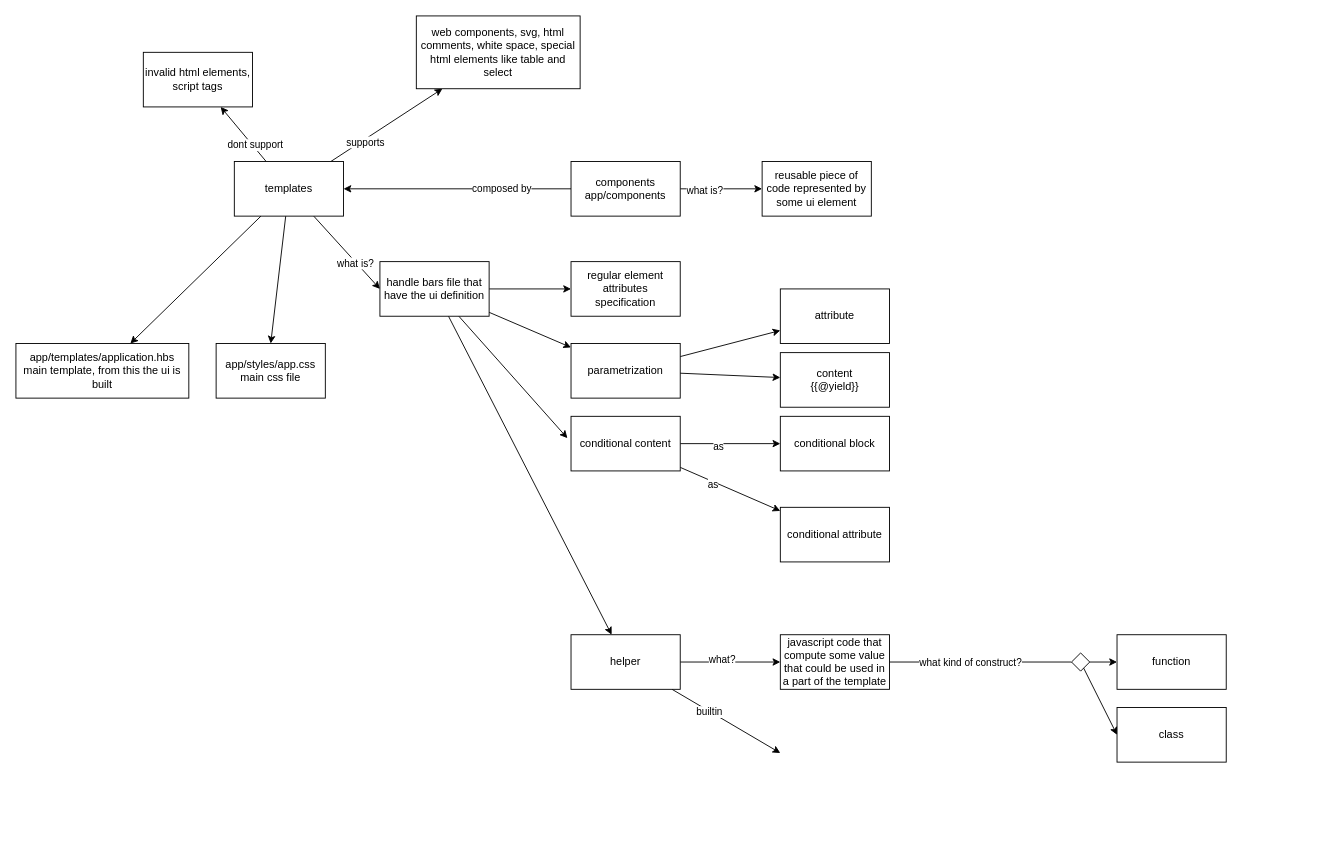
This is emberjs.drawio from voodoomsr/drawio, a draw.io file, before an edit. Source tidied: cells renumbered, new cells numbered last; positions are measured from the earlier drawing's top-left corner, leaving out a move shared by most shapes. Both pictures are drawn from the tidied source at 91%, with x=0, y=0 at pixel (15, 15).
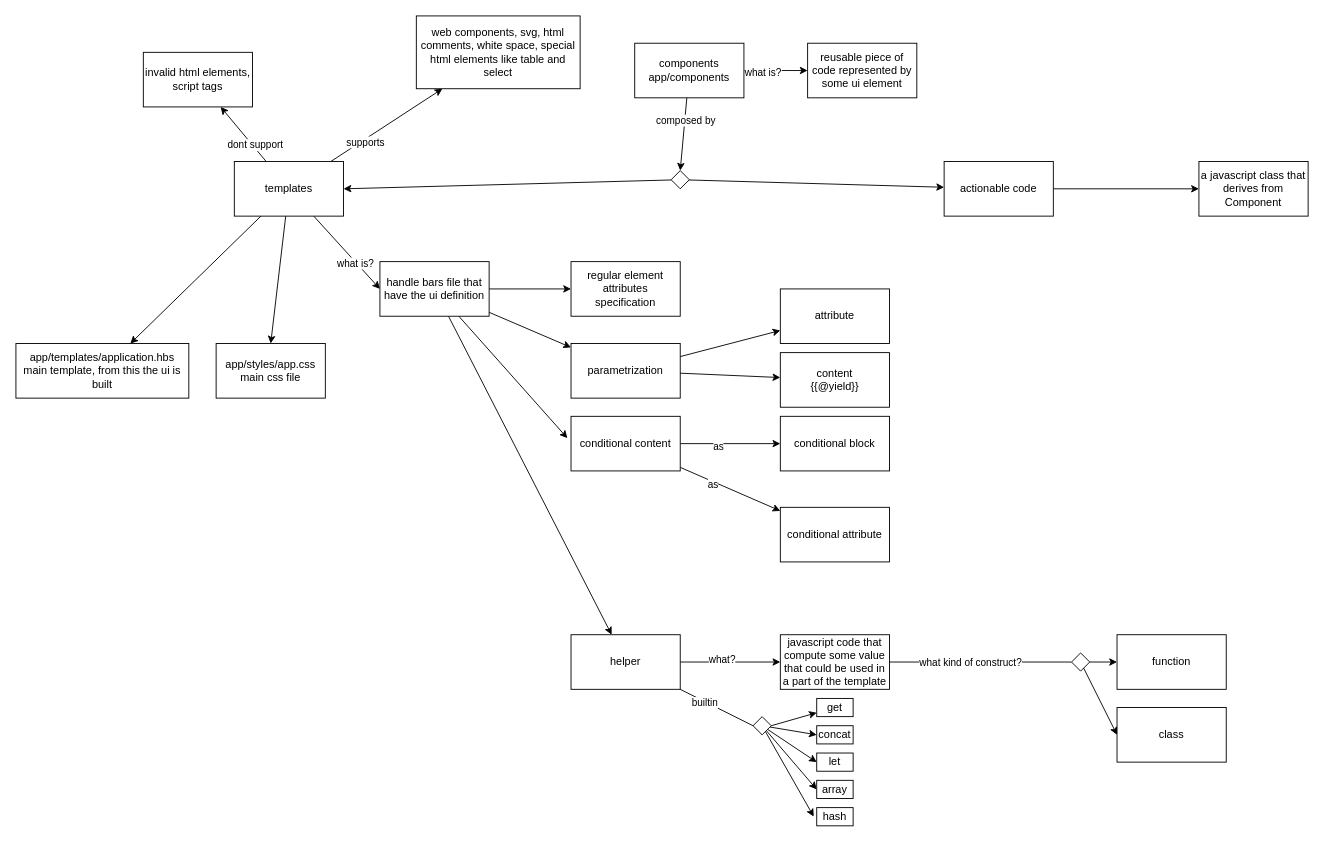
After the change.

Unchanged cells that the change refers to:
```xml
<mxCell id="9" value="templates" style="rounded=0;whiteSpace=wrap;html=1;" parent="1" vertex="1">
  <mxGeometry x="240" y="160" width="120" height="60" as="geometry" />
</mxCell>
<mxCell id="44" value="helper" style="rounded=0;whiteSpace=wrap;html=1;" parent="1" vertex="1">
  <mxGeometry x="610" y="680" width="120" height="60" as="geometry" />
</mxCell>
```

Change to the diagram source:
```diff
@@
-    <mxCell id="22" style="edgeStyle=none;rounded=0;jettySize=auto;html=1;entryX=1;entryY=0.5;entryDx=0;entryDy=0;" parent="1" edge="1" source="24" target="9">
+    <mxCell id="22" style="edgeStyle=none;rounded=0;jettySize=auto;html=1;entryX=0.5;entryY=0;entryDx=0;entryDy=0;" parent="1" edge="1" source="24" target="67">
       <mxGeometry relative="1" as="geometry" />
     </mxCell>
@@
     <mxCell id="24" value="components&lt;br&gt;app/components" style="rounded=0;whiteSpace=wrap;html=1;" parent="1" vertex="1">
-      <mxGeometry x="610" y="160" width="120" height="60" as="geometry" />
+      <mxGeometry x="680" y="30" width="120" height="60" as="geometry" />
     </mxCell>
     <mxCell id="25" value="reusable piece of code represented by some ui element" style="rounded=0;whiteSpace=wrap;html=1;" parent="1" vertex="1">
-      <mxGeometry x="820" y="160" width="120" height="60" as="geometry" />
+      <mxGeometry x="870" y="30" width="120" height="60" as="geometry" />
     </mxCell>
@@
-    <mxCell id="42" style="edgeStyle=none;rounded=0;jettySize=auto;html=1;" parent="1" edge="1" source="44">
-      <mxGeometry relative="1" as="geometry">
-        <mxPoint x="840" y="810" as="targetPoint" />
-      </mxGeometry>
-    </mxCell>
-    <mxCell id="43" value="builtin" style="edgeLabel;html=1;align=center;verticalAlign=middle;" parent="42" vertex="1">
-      <mxGeometry x="-0.32" y="-1" relative="1" as="geometry" />
-    </mxCell>
@@
+    <mxCell id="53" style="edgeStyle=none;rounded=0;jettySize=auto;html=1;exitX=1;exitY=0.5;exitDx=0;exitDy=0;endArrow=classic;endFill=1;" parent="1" edge="1" source="58" target="60">
+      <mxGeometry relative="1" as="geometry" />
+    </mxCell>
+    <mxCell id="54" style="edgeStyle=none;rounded=0;jettySize=auto;html=1;entryX=0;entryY=0.5;entryDx=0;entryDy=0;endArrow=classic;endFill=1;" parent="1" edge="1" source="58" target="62">
+      <mxGeometry relative="1" as="geometry" />
+    </mxCell>
+    <mxCell id="55" style="edgeStyle=none;rounded=0;jettySize=auto;html=1;entryX=0;entryY=0.5;entryDx=0;entryDy=0;endArrow=classic;endFill=1;" parent="1" edge="1" source="58" target="61">
+      <mxGeometry relative="1" as="geometry" />
+    </mxCell>
+    <mxCell id="56" style="edgeStyle=none;rounded=0;jettySize=auto;html=1;entryX=0;entryY=0.5;entryDx=0;entryDy=0;endArrow=classic;endFill=1;" parent="1" edge="1" source="58" target="63">
+      <mxGeometry relative="1" as="geometry" />
+    </mxCell>
+    <mxCell id="57" style="edgeStyle=none;rounded=0;jettySize=auto;html=1;entryX=-0.082;entryY=0.493;entryDx=0;entryDy=0;entryPerimeter=0;endArrow=classic;endFill=1;" parent="1" edge="1" source="58" target="64">
+      <mxGeometry relative="1" as="geometry" />
+    </mxCell>
+    <mxCell id="58" style="rhombus;whiteSpace=wrap;html=1;" parent="1" vertex="1">
+      <mxGeometry x="810" y="770" width="20" height="20" as="geometry" />
+    </mxCell>
+    <mxCell id="59" style="edgeStyle=none;rounded=0;jettySize=auto;html=1;endArrow=none;endFill=0;entryX=0;entryY=0.5;entryDx=0;entryDy=0;" parent="1" edge="1" source="44" target="58">
+      <mxGeometry relative="1" as="geometry" />
+    </mxCell>
+    <mxCell id="43" value="builtin" style="edgeLabel;html=1;align=center;verticalAlign=middle;" parent="59" vertex="1">
+      <mxGeometry x="-0.32" y="-1" relative="1" as="geometry" />
+    </mxCell>
+    <mxCell id="60" value="get" style="rounded=0;whiteSpace=wrap;html=1;" parent="1" vertex="1">
+      <mxGeometry x="880" y="750" width="40" height="20" as="geometry" />
+    </mxCell>
+    <mxCell id="61" value="let" style="rounded=0;whiteSpace=wrap;html=1;" parent="1" vertex="1">
+      <mxGeometry x="880" y="810" width="40" height="20" as="geometry" />
+    </mxCell>
+    <mxCell id="62" value="concat" style="rounded=0;whiteSpace=wrap;html=1;" parent="1" vertex="1">
+      <mxGeometry x="880" y="780" width="40" height="20" as="geometry" />
+    </mxCell>
+    <mxCell id="63" value="array" style="rounded=0;whiteSpace=wrap;html=1;" parent="1" vertex="1">
+      <mxGeometry x="880" y="840" width="40" height="20" as="geometry" />
+    </mxCell>
+    <mxCell id="64" value="hash" style="rounded=0;whiteSpace=wrap;html=1;" parent="1" vertex="1">
+      <mxGeometry x="880" y="870" width="40" height="20" as="geometry" />
+    </mxCell>
+    <mxCell id="65" style="edgeStyle=none;rounded=0;jettySize=auto;html=1;entryX=1;entryY=0.5;entryDx=0;entryDy=0;endArrow=classic;endFill=1;" parent="1" edge="1" source="67" target="9">
+      <mxGeometry relative="1" as="geometry" />
+    </mxCell>
+    <mxCell id="66" style="edgeStyle=none;rounded=0;jettySize=auto;html=1;endArrow=classic;endFill=1;" parent="1" edge="1" source="67" target="69">
+      <mxGeometry relative="1" as="geometry" />
+    </mxCell>
+    <mxCell id="67" style="rhombus;whiteSpace=wrap;html=1;" parent="1" vertex="1">
+      <mxGeometry x="720" y="170" width="20" height="20" as="geometry" />
+    </mxCell>
+    <mxCell id="68" style="edgeStyle=none;rounded=0;jettySize=auto;html=1;endArrow=classic;endFill=1;" parent="1" edge="1" source="69" target="70">
+      <mxGeometry relative="1" as="geometry" />
+    </mxCell>
+    <mxCell id="69" value="actionable code" style="rounded=0;whiteSpace=wrap;html=1;" parent="1" vertex="1">
+      <mxGeometry x="1020" y="160" width="120" height="60" as="geometry" />
+    </mxCell>
+    <mxCell id="70" value="a javascript class that derives from Component" style="rounded=0;whiteSpace=wrap;html=1;" parent="1" vertex="1">
+      <mxGeometry x="1300" y="160" width="120" height="60" as="geometry" />
+    </mxCell>
```
